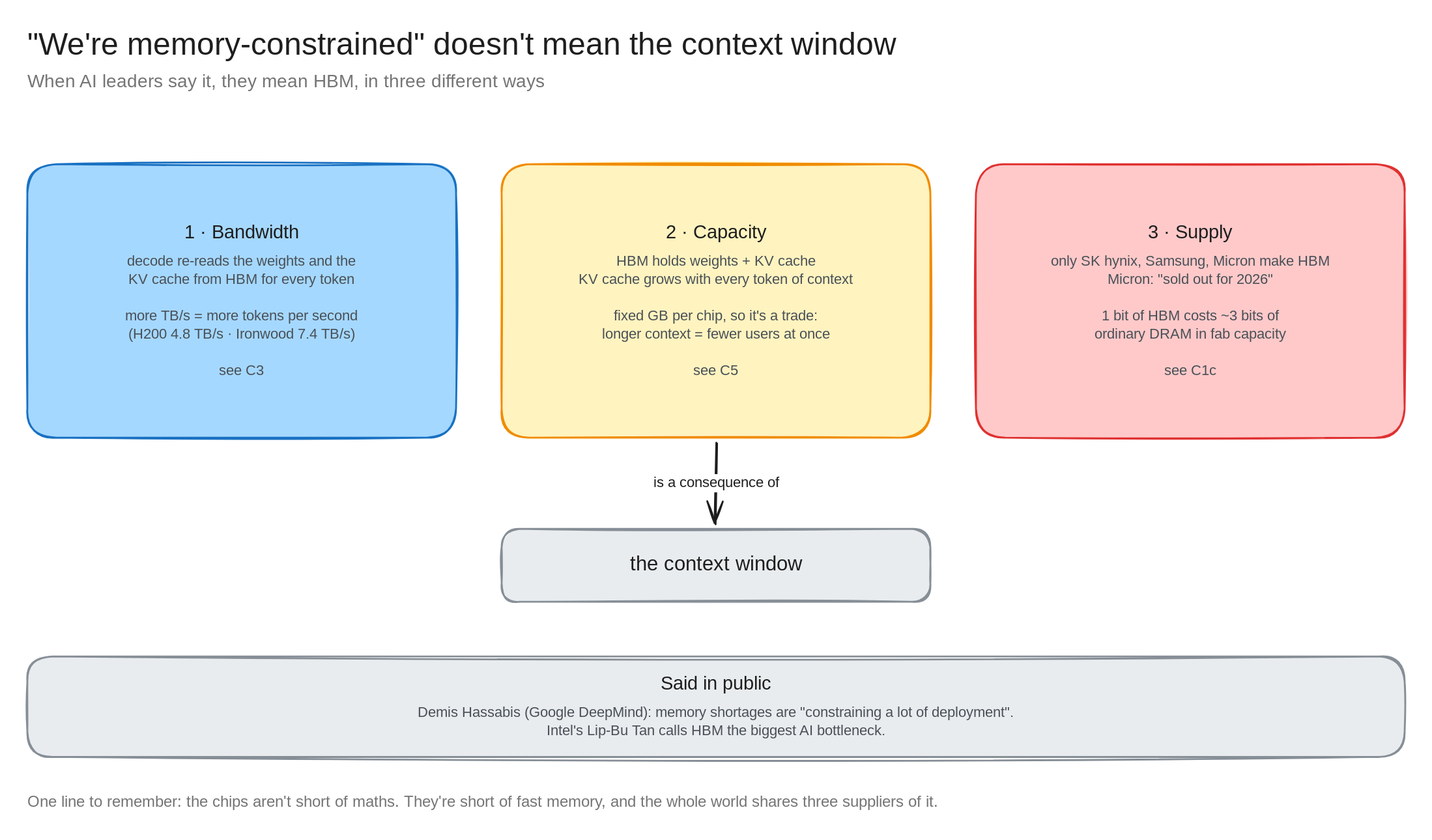
bsnehanshu/slides keeps this Excalidraw diagram as architecture-diagrams/claude-anz-infra-excalidraw/diagrams/c3a-memory-constrained.excalidraw.svg. Above is the earlier version. Source tidied: one line per element, renumbered; positions are measured from the earlier drawing's top-left corner, leaving out a move shared by most shapes.
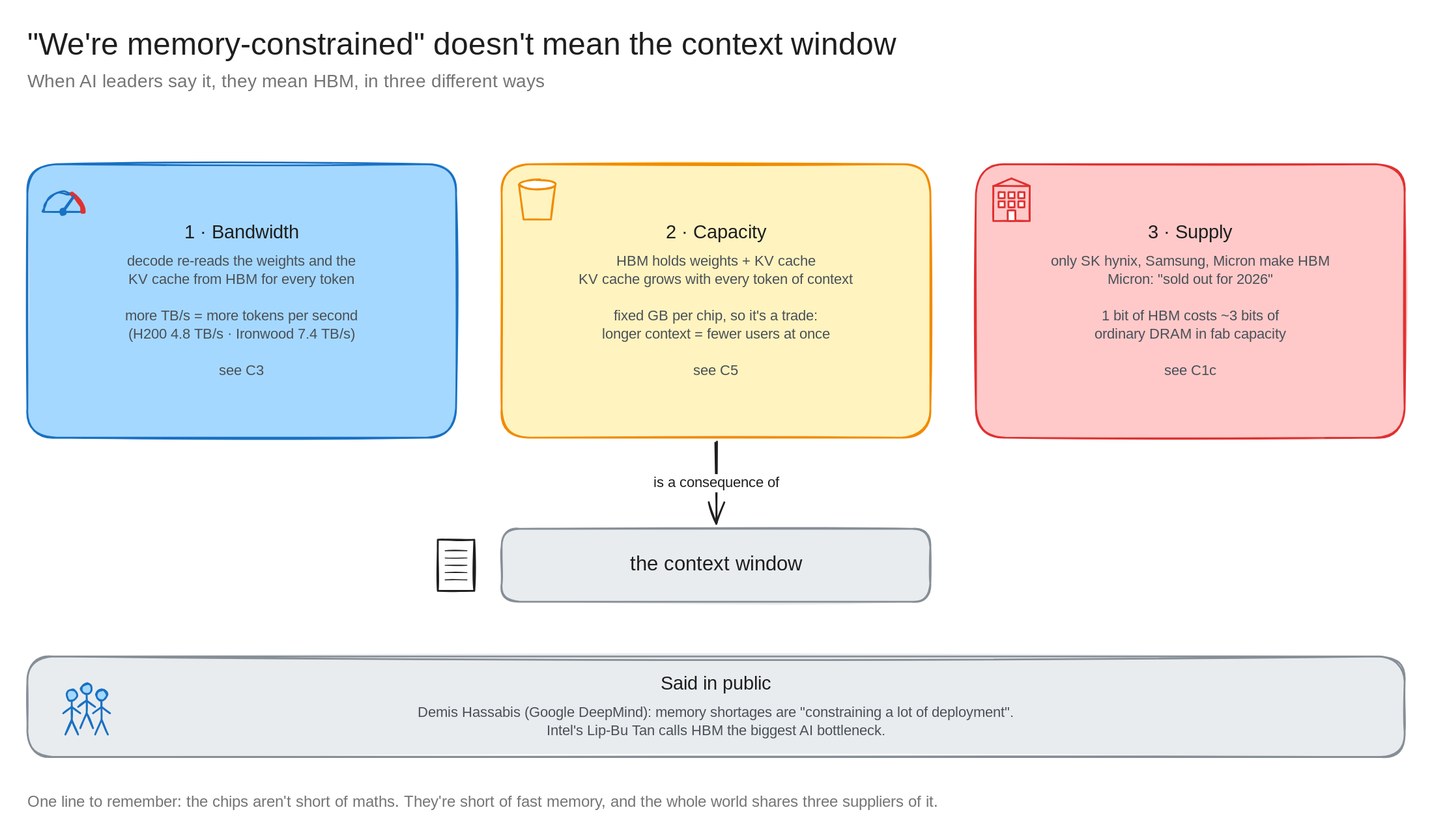
The same file after the commit.

Diff of the diagram source:
```diff
@@ -9,11 +9,45 @@
 {"id": 8, "type": "rectangle", "strokeColor": "#e03131", "backgroundColor": "#ffc9c9", "fillStyle": "solid", "strokeWidth": 2, "roughness": 1, "round": true, "x": 1040, "y": 150, "width": 470, "height": 300}
 {"id": 9, "type": "text", "text": "3 · Supply", "strokeColor": "#1e1e1e", "strokeWidth": 2, "roughness": 1, "fontSize": 21, "fontFamily": 5, "textAlign": "center", "x": 1226, "y": 213, "width": 99, "height": 26}
 {"id": 10, "type": "text", "text": "only SK hynix, Samsung, Micron make HBM\nMicron: \"sold out for 2026\"\n\n1 bit of HBM costs ~3 bits of\nordinary DRAM in fab capacity\n\nsee C1c", "strokeColor": "#495057", "strokeWidth": 2, "roughness": 1, "fontSize": 16, "fontFamily": 5, "textAlign": "center", "x": 1114, "y": 247, "width": 322, "height": 140}
+{"id": 19, "type": "line", "strokeColor": "#1971c2", "strokeWidth": 2, "roughness": 1, "round": true, "x": 17, "y": 202, "width": 43, "height": 22, "points": [[0, 0], [1, -7], [4, -13], [9, -18], [15, -21], [22, -22], [28, -21], [34, -18], [39, -13], [42, -7], [43, 0]]}
+{"id": 20, "type": "line", "strokeColor": "#1971c2", "strokeWidth": 2, "roughness": 1, "x": 17, "y": 202, "width": 43, "height": 0, "points": [[0, 0], [43, 0]]}
+{"id": 21, "type": "line", "strokeColor": "#e03131", "strokeWidth": 5, "roughness": 1, "round": true, "x": 49, "y": 183, "width": 12, "height": 19, "points": [[0, 0], [5, 3], [9, 8], [11, 13], [12, 19]]}
+{"id": 22, "type": "line", "strokeColor": "#1971c2", "strokeWidth": 3, "roughness": 1, "x": 39, "y": 202, "width": 12, "height": 17, "points": [[0, 0], [12, -17]]}
+{"id": 23, "type": "ellipse", "strokeColor": "#1971c2", "backgroundColor": "#1971c2", "fillStyle": "solid", "strokeWidth": 2, "roughness": 1, "round": true, "x": 36, "y": 199, "width": 7, "height": 7}
+{"id": 24, "type": "line", "strokeColor": "#f08c00", "backgroundColor": "#fff3bf", "fillStyle": "solid", "strokeWidth": 2, "roughness": 1, "x": 539, "y": 172, "width": 40, "height": 38, "points": [[0, 0], [5, 38], [35, 38], [40, 0], [0, 0]]}
+{"id": 25, "type": "ellipse", "strokeColor": "#f08c00", "backgroundColor": "#ffffff", "fillStyle": "solid", "strokeWidth": 2, "roughness": 1, "round": true, "x": 539, "y": 167, "width": 40, "height": 10}
+{"id": 26, "type": "rectangle", "strokeColor": "#e03131", "backgroundColor": "#ffc9c9", "fillStyle": "solid", "strokeWidth": 2, "roughness": 1, "x": 1059, "y": 174, "width": 40, "height": 38}
+{"id": 27, "type": "line", "strokeColor": "#e03131", "strokeWidth": 2, "roughness": 1, "x": 1059, "y": 174, "width": 40, "height": 8, "points": [[0, 0], [20, -8], [40, 0]]}
+{"id": 28, "type": "rectangle", "strokeColor": "#e03131", "backgroundColor": "#ffffff", "fillStyle": "solid", "strokeWidth": 2, "roughness": 1, "x": 1065, "y": 181, "width": 7, "height": 7}
+{"id": 29, "type": "rectangle", "strokeColor": "#e03131", "backgroundColor": "#ffffff", "fillStyle": "solid", "strokeWidth": 2, "roughness": 1, "x": 1076, "y": 181, "width": 7, "height": 7}
+{"id": 30, "type": "rectangle", "strokeColor": "#e03131", "backgroundColor": "#ffffff", "fillStyle": "solid", "strokeWidth": 2, "roughness": 1, "x": 1086, "y": 181, "width": 7, "height": 7}
+{"id": 31, "type": "rectangle", "strokeColor": "#e03131", "backgroundColor": "#ffffff", "fillStyle": "solid", "strokeWidth": 2, "roughness": 1, "x": 1065, "y": 191, "width": 7, "height": 7}
+{"id": 32, "type": "rectangle", "strokeColor": "#e03131", "backgroundColor": "#ffffff", "fillStyle": "solid", "strokeWidth": 2, "roughness": 1, "x": 1076, "y": 191, "width": 7, "height": 7}
+{"id": 33, "type": "rectangle", "strokeColor": "#e03131", "backgroundColor": "#ffffff", "fillStyle": "solid", "strokeWidth": 2, "roughness": 1, "x": 1086, "y": 191, "width": 7, "height": 7}
+{"id": 34, "type": "rectangle", "strokeColor": "#e03131", "backgroundColor": "#ffffff", "fillStyle": "solid", "strokeWidth": 2, "roughness": 1, "x": 1075, "y": 201, "width": 8, "height": 12}
 {"id": 11, "type": "rectangle", "strokeColor": "#868e96", "backgroundColor": "#e9ecef", "fillStyle": "solid", "strokeWidth": 2, "roughness": 1, "round": true, "x": 520, "y": 550, "width": 470, "height": 80}
 {"id": 12, "type": "text", "text": "the context window", "strokeColor": "#1e1e1e", "strokeWidth": 2, "roughness": 1, "fontSize": 22, "fontFamily": 5, "textAlign": "center", "verticalAlign": "middle", "inside": 11, "x": 647, "y": 576, "width": 216, "height": 28}
-{"id": 13, "type": "arrow", "strokeColor": "#1e1e1e", "strokeWidth": 2, "roughness": 1, "endArrowhead": "arrow", "round": true, "from": 5, "to": 11, "x": 755, "y": 456, "width": 0, "height": 88, "points": [[0, 0], [0, 88]]}
+{"id": 35, "type": "rectangle", "strokeColor": "#1e1e1e", "backgroundColor": "#ffffff", "fillStyle": "solid", "strokeWidth": 2, "roughness": 1, "x": 450, "y": 562, "width": 40, "height": 56}
+{"id": 36, "type": "line", "strokeColor": "#1e1e1e", "strokeWidth": 1, "roughness": 1, "x": 458, "y": 574, "width": 24, "height": 0, "points": [[0, 0], [24, 0]]}
+{"id": 37, "type": "line", "strokeColor": "#1e1e1e", "strokeWidth": 1, "roughness": 1, "x": 458, "y": 582, "width": 24, "height": 0, "points": [[0, 0], [24, 0]]}
+{"id": 38, "type": "line", "strokeColor": "#1e1e1e", "strokeWidth": 1, "roughness": 1, "x": 458, "y": 590, "width": 24, "height": 0, "points": [[0, 0], [24, 0]]}
+{"id": 39, "type": "line", "strokeColor": "#1e1e1e", "strokeWidth": 1, "roughness": 1, "x": 458, "y": 598, "width": 24, "height": 0, "points": [[0, 0], [24, 0]]}
+{"id": 40, "type": "line", "strokeColor": "#1e1e1e", "strokeWidth": 1, "roughness": 1, "x": 458, "y": 606, "width": 24, "height": 0, "points": [[0, 0], [24, 0]]}
+{"id": 41, "type": "arrow", "strokeColor": "#1e1e1e", "strokeWidth": 2, "roughness": 1, "endArrowhead": "arrow", "round": true, "from": 5, "to": 11, "x": 755, "y": 456, "width": 0, "height": 88, "points": [[0, 0], [0, 88]]}
-{"id": 14, "type": "text", "text": "is a consequence of", "strokeColor": "#1e1e1e", "strokeWidth": 2, "roughness": 1, "fontSize": 16, "fontFamily": 5, "textAlign": "center", "verticalAlign": "middle", "inside": 13, "x": 678, "y": 490, "width": 155, "height": 20}
+{"id": 14, "type": "text", "text": "is a consequence of", "strokeColor": "#1e1e1e", "strokeWidth": 2, "roughness": 1, "fontSize": 16, "fontFamily": 5, "textAlign": "center", "verticalAlign": "middle", "inside": 41, "x": 678, "y": 490, "width": 155, "height": 20}
 {"id": 15, "type": "rectangle", "strokeColor": "#868e96", "backgroundColor": "#e9ecef", "fillStyle": "solid", "strokeWidth": 2, "roughness": 1, "round": true, "x": 0, "y": 690, "width": 1510, "height": 110}
 {"id": 16, "type": "text", "text": "Said in public", "strokeColor": "#1e1e1e", "strokeWidth": 2, "roughness": 1, "fontSize": 21, "fontFamily": 5, "textAlign": "center", "x": 688, "y": 708, "width": 133, "height": 26}
 {"id": 17, "type": "text", "text": "Demis Hassabis (Google DeepMind): memory shortages are \"constraining a lot of deployment\".\nIntel's Lip-Bu Tan calls HBM the biggest AI bottleneck.", "strokeColor": "#495057", "strokeWidth": 2, "roughness": 1, "fontSize": 16, "fontFamily": 5, "textAlign": "center", "x": 393, "y": 742, "width": 724, "height": 40}
+{"id": 42, "type": "ellipse", "strokeColor": "#1971c2", "backgroundColor": "#a5d8ff", "fillStyle": "solid", "strokeWidth": 2, "roughness": 1, "round": true, "x": 43, "y": 727, "width": 12, "height": 12}
+{"id": 43, "type": "line", "strokeColor": "#1971c2", "strokeWidth": 2, "roughness": 1, "x": 49, "y": 738, "width": 0, "height": 21, "points": [[0, 0], [0, 21]]}
+{"id": 44, "type": "line", "strokeColor": "#1971c2", "strokeWidth": 2, "roughness": 1, "x": 39, "y": 752, "width": 19, "height": 7, "points": [[0, 0], [9, -7], [19, 0]]}
+{"id": 45, "type": "line", "strokeColor": "#1971c2", "strokeWidth": 2, "roughness": 1, "x": 42, "y": 776, "width": 14, "height": 16, "points": [[0, 0], [7, -16], [14, 0]]}
+{"id": 46, "type": "ellipse", "strokeColor": "#1971c2", "backgroundColor": "#a5d8ff", "fillStyle": "solid", "strokeWidth": 2, "roughness": 1, "round": true, "x": 76, "y": 727, "width": 12, "height": 12}
+{"id": 47, "type": "line", "strokeColor": "#1971c2", "strokeWidth": 2, "roughness": 1, "x": 81, "y": 738, "width": 0, "height": 21, "points": [[0, 0], [0, 21]]}
+{"id": 48, "type": "line", "strokeColor": "#1971c2", "strokeWidth": 2, "roughness": 1, "x": 72, "y": 752, "width": 19, "height": 7, "points": [[0, 0], [9, -7], [19, 0]]}
+{"id": 49, "type": "line", "strokeColor": "#1971c2", "strokeWidth": 2, "roughness": 1, "x": 74, "y": 776, "width": 14, "height": 16, "points": [[0, 0], [7, -16], [14, 0]]}
+{"id": 50, "type": "ellipse", "strokeColor": "#1971c2", "backgroundColor": "#a5d8ff", "fillStyle": "solid", "strokeWidth": 2, "roughness": 1, "round": true, "x": 59, "y": 720, "width": 12, "height": 12}
+{"id": 51, "type": "line", "strokeColor": "#1971c2", "strokeWidth": 2, "roughness": 1, "x": 65, "y": 731, "width": 0, "height": 21, "points": [[0, 0], [0, 21]]}
+{"id": 52, "type": "line", "strokeColor": "#1971c2", "strokeWidth": 2, "roughness": 1, "x": 56, "y": 745, "width": 19, "height": 7, "points": [[0, 0], [9, -7], [19, 0]]}
+{"id": 53, "type": "line", "strokeColor": "#1971c2", "strokeWidth": 2, "roughness": 1, "x": 58, "y": 769, "width": 14, "height": 16, "points": [[0, 0], [7, -16], [14, 0]]}
 {"id": 18, "type": "text", "text": "One line to remember: the chips aren't short of maths. They're short of fast memory, and the whole world shares three suppliers of it.", "strokeColor": "#757575", "strokeWidth": 2, "roughness": 1, "fontSize": 17, "fontFamily": 5, "x": 0, "y": 840, "width": 1123, "height": 21}
```
